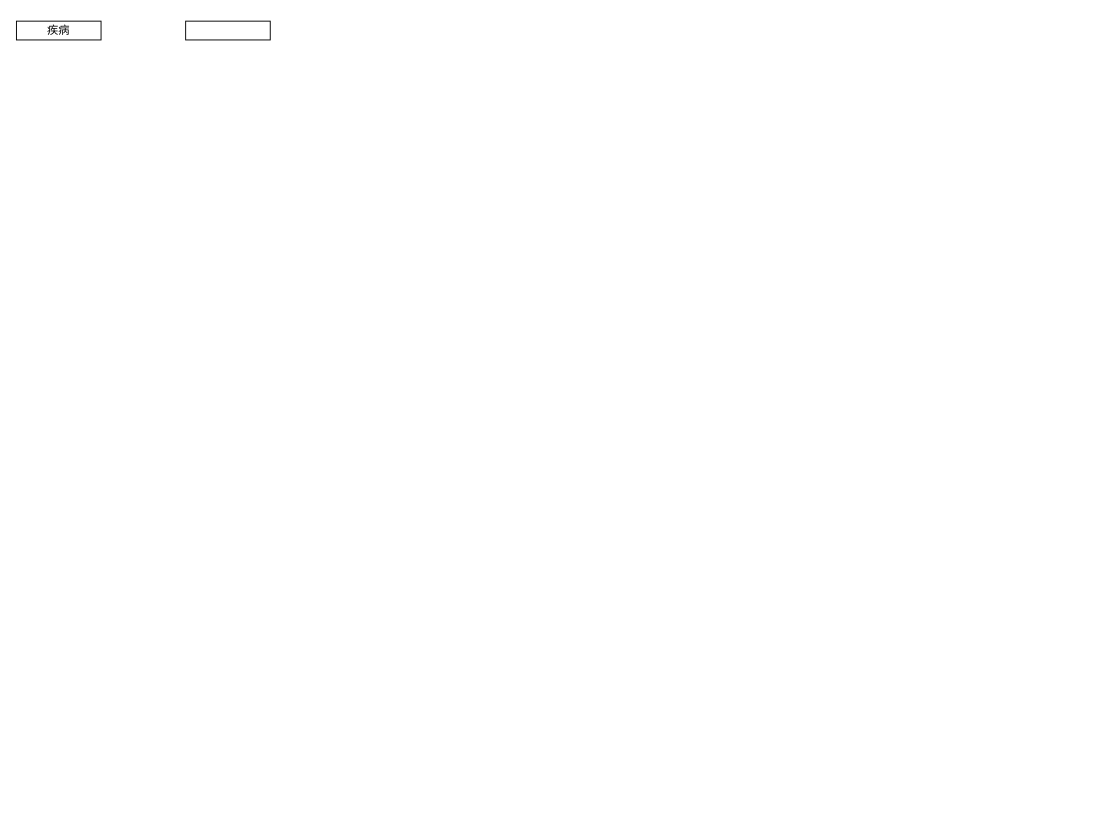
This is Untitled Diagram.drawio from krjx0821/GRE-wordlist, a draw.io file, before an edit. Source tidied: cells renumbered, new cells numbered last; positions are measured from the earlier drawing's top-left corner, leaving out a move shared by most shapes. Both pictures are drawn from the tidied source at 94%, with x=0, y=0 at pixel (16, 21).
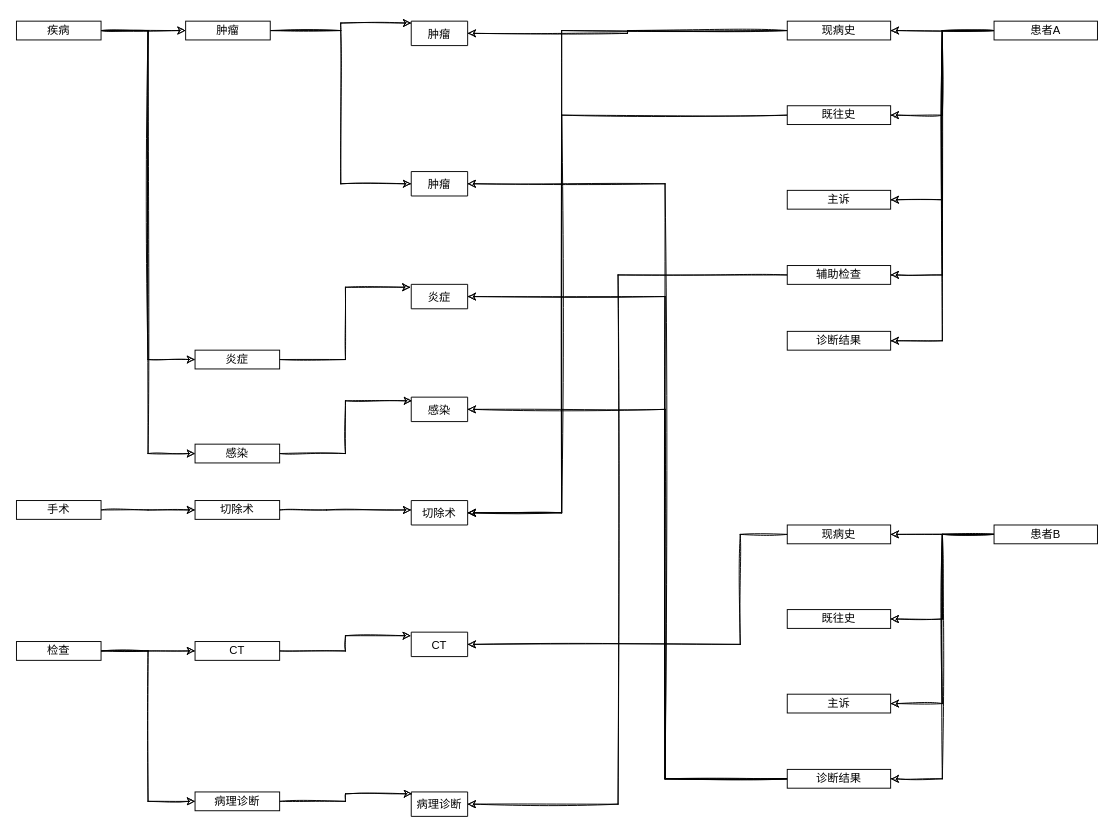
After the change.

The change refers to these unchanged cells:
```xml
<mxCell id="2" value="疾病" style="rounded=0;whiteSpace=wrap;html=1;" parent="1" vertex="1">
  <mxGeometry width="90" height="20" as="geometry" />
</mxCell>
```

Diff of the diagram source:
```diff
@@
+    <mxCell id="4" style="edgeStyle=orthogonalEdgeStyle;rounded=0;sketch=1;jettySize=auto;html=1;" parent="1" edge="1" source="2" target="9">
+      <mxGeometry relative="1" as="geometry" />
+    </mxCell>
+    <mxCell id="5" style="edgeStyle=orthogonalEdgeStyle;rounded=0;sketch=1;jettySize=auto;html=1;entryX=0;entryY=0.5;entryDx=0;entryDy=0;" parent="1" edge="1" source="2" target="13">
+      <mxGeometry relative="1" as="geometry" />
+    </mxCell>
+    <mxCell id="6" style="edgeStyle=orthogonalEdgeStyle;rounded=0;sketch=1;jettySize=auto;html=1;entryX=0;entryY=0.5;entryDx=0;entryDy=0;" parent="1" edge="1" source="2" target="16">
+      <mxGeometry relative="1" as="geometry" />
+    </mxCell>
@@
-    <mxCell id="3" style="rounded=0;whiteSpace=wrap;html=1;" parent="1" vertex="1">
-      <mxGeometry x="180" width="90" height="20" as="geometry" />
-    </mxCell>
+    <mxCell id="7" style="edgeStyle=orthogonalEdgeStyle;rounded=0;sketch=1;jettySize=auto;html=1;entryX=0;entryY=0.5;entryDx=0;entryDy=0;" parent="1" edge="1" source="9" target="11">
+      <mxGeometry relative="1" as="geometry" />
+    </mxCell>
+    <mxCell id="8" style="edgeStyle=orthogonalEdgeStyle;rounded=0;sketch=1;jettySize=auto;html=1;entryX=0;entryY=0.077;entryDx=0;entryDy=0;entryPerimeter=0;" parent="1" edge="1" source="9" target="10">
+      <mxGeometry relative="1" as="geometry" />
+    </mxCell>
+    <mxCell id="9" value="肿瘤" style="rounded=0;whiteSpace=wrap;html=1;" parent="1" vertex="1">
+      <mxGeometry x="180" width="90" height="20" as="geometry" />
+    </mxCell>
+    <mxCell id="10" value="肿瘤" style="swimlane;fontStyle=0;horizontal=1;startSize=26;" parent="1" vertex="1" collapsed="1">
+      <mxGeometry x="420" width="60" height="26" as="geometry" />
+    </mxCell>
+    <mxCell id="11" value="肿瘤" style="swimlane;fontStyle=0;horizontal=1;startSize=26;" parent="1" vertex="1" collapsed="1">
+      <mxGeometry x="420" y="160" width="60" height="26" as="geometry" />
+    </mxCell>
+    <mxCell id="12" style="edgeStyle=orthogonalEdgeStyle;rounded=0;sketch=1;jettySize=auto;html=1;entryX=-0.014;entryY=0.12;entryDx=0;entryDy=0;entryPerimeter=0;" parent="1" edge="1" source="13" target="14">
+      <mxGeometry relative="1" as="geometry" />
+    </mxCell>
+    <mxCell id="13" value="炎症" style="rounded=0;whiteSpace=wrap;html=1;" parent="1" vertex="1">
+      <mxGeometry x="190" y="350" width="90" height="20" as="geometry" />
+    </mxCell>
+    <mxCell id="14" value="炎症" style="swimlane;fontStyle=0;horizontal=1;startSize=26;" parent="1" vertex="1" collapsed="1">
+      <mxGeometry x="420" y="280" width="60" height="26" as="geometry" />
+    </mxCell>
+    <mxCell id="15" style="edgeStyle=orthogonalEdgeStyle;rounded=0;sketch=1;jettySize=auto;html=1;entryX=0.014;entryY=0.15;entryDx=0;entryDy=0;entryPerimeter=0;" parent="1" edge="1" source="16" target="17">
+      <mxGeometry relative="1" as="geometry" />
+    </mxCell>
+    <mxCell id="16" value="感染" style="rounded=0;whiteSpace=wrap;html=1;" parent="1" vertex="1">
+      <mxGeometry x="190" y="450" width="90" height="20" as="geometry" />
+    </mxCell>
+    <mxCell id="17" value="感染" style="swimlane;fontStyle=0;horizontal=1;startSize=26;" parent="1" vertex="1" collapsed="1">
+      <mxGeometry x="420" y="400" width="60" height="26" as="geometry" />
+    </mxCell>
+    <mxCell id="18" style="edgeStyle=orthogonalEdgeStyle;rounded=0;sketch=1;jettySize=auto;html=1;" parent="1" edge="1" source="19">
+      <mxGeometry relative="1" as="geometry">
+        <mxPoint x="190" y="520" as="targetPoint" />
+      </mxGeometry>
+    </mxCell>
+    <mxCell id="19" value="手术" style="rounded=0;whiteSpace=wrap;html=1;" parent="1" vertex="1">
+      <mxGeometry y="510" width="90" height="20" as="geometry" />
+    </mxCell>
+    <mxCell id="20" style="edgeStyle=orthogonalEdgeStyle;rounded=0;sketch=1;jettySize=auto;html=1;" parent="1" edge="1" source="21">
+      <mxGeometry relative="1" as="geometry">
+        <mxPoint x="420" y="520" as="targetPoint" />
+        <Array as="points">
+          <mxPoint x="330" y="520" />
+          <mxPoint x="330" y="520" />
+        </Array>
+      </mxGeometry>
+    </mxCell>
+    <mxCell id="21" value="切除术" style="rounded=0;whiteSpace=wrap;html=1;" parent="1" vertex="1">
+      <mxGeometry x="190" y="510" width="90" height="20" as="geometry" />
+    </mxCell>
+    <mxCell id="22" value="切除术" style="swimlane;fontStyle=0;horizontal=1;startSize=26;" parent="1" vertex="1" collapsed="1">
+      <mxGeometry x="420" y="510" width="60" height="26" as="geometry" />
+    </mxCell>
+    <mxCell id="23" style="edgeStyle=orthogonalEdgeStyle;rounded=0;sketch=1;jettySize=auto;html=1;" parent="1" edge="1" source="25">
+      <mxGeometry relative="1" as="geometry">
+        <mxPoint x="190" y="670" as="targetPoint" />
+      </mxGeometry>
+    </mxCell>
+    <mxCell id="24" style="edgeStyle=orthogonalEdgeStyle;rounded=0;sketch=1;jettySize=auto;html=1;entryX=0;entryY=0.5;entryDx=0;entryDy=0;" parent="1" edge="1" source="25" target="31">
+      <mxGeometry relative="1" as="geometry" />
+    </mxCell>
+    <mxCell id="25" value="检查" style="rounded=0;whiteSpace=wrap;html=1;" parent="1" vertex="1">
+      <mxGeometry y="660" width="90" height="20" as="geometry" />
+    </mxCell>
+    <mxCell id="26" style="edgeStyle=orthogonalEdgeStyle;rounded=0;sketch=1;jettySize=auto;html=1;entryX=-0.007;entryY=0.146;entryDx=0;entryDy=0;entryPerimeter=0;" parent="1" edge="1" source="27" target="28">
+      <mxGeometry relative="1" as="geometry" />
+    </mxCell>
+    <mxCell id="27" value="CT" style="rounded=0;whiteSpace=wrap;html=1;" parent="1" vertex="1">
+      <mxGeometry x="190" y="660" width="90" height="20" as="geometry" />
+    </mxCell>
+    <mxCell id="28" value="CT" style="swimlane;fontStyle=0;horizontal=1;startSize=26;" parent="1" vertex="1" collapsed="1">
+      <mxGeometry x="420" y="650" width="60" height="26" as="geometry" />
+    </mxCell>
+    <mxCell id="29" value="病理诊断" style="swimlane;fontStyle=0;horizontal=1;startSize=26;" parent="1" vertex="1" collapsed="1">
+      <mxGeometry x="420" y="820" width="60" height="26" as="geometry" />
+    </mxCell>
+    <mxCell id="30" style="edgeStyle=orthogonalEdgeStyle;rounded=0;sketch=1;jettySize=auto;html=1;entryX=0.014;entryY=0.077;entryDx=0;entryDy=0;entryPerimeter=0;" parent="1" edge="1" source="31" target="29">
+      <mxGeometry relative="1" as="geometry" />
+    </mxCell>
+    <mxCell id="31" value="病理诊断" style="rounded=0;whiteSpace=wrap;html=1;" parent="1" vertex="1">
+      <mxGeometry x="190" y="820" width="90" height="20" as="geometry" />
+    </mxCell>
+    <mxCell id="32" style="edgeStyle=orthogonalEdgeStyle;rounded=0;sketch=1;jettySize=auto;html=1;entryX=1;entryY=0.5;entryDx=0;entryDy=0;" parent="1" edge="1" source="37" target="40">
+      <mxGeometry relative="1" as="geometry" />
+    </mxCell>
+    <mxCell id="33" style="edgeStyle=orthogonalEdgeStyle;rounded=0;sketch=1;jettySize=auto;html=1;entryX=1;entryY=0.5;entryDx=0;entryDy=0;" parent="1" edge="1" source="37" target="42">
+      <mxGeometry relative="1" as="geometry" />
+    </mxCell>
+    <mxCell id="34" style="edgeStyle=orthogonalEdgeStyle;rounded=0;sketch=1;jettySize=auto;html=1;entryX=1;entryY=0.5;entryDx=0;entryDy=0;" parent="1" edge="1" source="37" target="43">
+      <mxGeometry relative="1" as="geometry" />
+    </mxCell>
+    <mxCell id="35" style="edgeStyle=orthogonalEdgeStyle;rounded=0;sketch=1;jettySize=auto;html=1;entryX=1;entryY=0.5;entryDx=0;entryDy=0;" parent="1" edge="1" source="37" target="45">
+      <mxGeometry relative="1" as="geometry" />
+    </mxCell>
+    <mxCell id="36" style="edgeStyle=orthogonalEdgeStyle;rounded=0;sketch=1;jettySize=auto;html=1;entryX=1;entryY=0.5;entryDx=0;entryDy=0;" parent="1" edge="1" source="37" target="59">
+      <mxGeometry relative="1" as="geometry" />
+    </mxCell>
+    <mxCell id="37" value="患者A" style="rounded=0;whiteSpace=wrap;html=1;" parent="1" vertex="1">
+      <mxGeometry x="1040" width="110" height="20" as="geometry" />
+    </mxCell>
+    <mxCell id="38" style="edgeStyle=orthogonalEdgeStyle;rounded=0;sketch=1;jettySize=auto;html=1;entryX=1;entryY=0.5;entryDx=0;entryDy=0;" parent="1" edge="1" source="40" target="10">
+      <mxGeometry relative="1" as="geometry" />
+    </mxCell>
+    <mxCell id="39" style="edgeStyle=orthogonalEdgeStyle;rounded=0;sketch=1;jettySize=auto;html=1;entryX=1;entryY=0.5;entryDx=0;entryDy=0;" parent="1" edge="1" source="40" target="22">
+      <mxGeometry relative="1" as="geometry">
+        <Array as="points">
+          <mxPoint x="580" y="10" />
+          <mxPoint x="580" y="523" />
+        </Array>
+      </mxGeometry>
+    </mxCell>
+    <mxCell id="40" value="现病史" style="rounded=0;whiteSpace=wrap;html=1;" parent="1" vertex="1">
+      <mxGeometry x="820" width="110" height="20" as="geometry" />
+    </mxCell>
+    <mxCell id="41" style="edgeStyle=orthogonalEdgeStyle;rounded=0;sketch=1;jettySize=auto;html=1;entryX=1;entryY=0.5;entryDx=0;entryDy=0;" parent="1" edge="1" source="42" target="22">
+      <mxGeometry relative="1" as="geometry">
+        <Array as="points">
+          <mxPoint x="580" y="100" />
+          <mxPoint x="580" y="523" />
+        </Array>
+      </mxGeometry>
+    </mxCell>
+    <mxCell id="42" value="既往史" style="rounded=0;whiteSpace=wrap;html=1;" parent="1" vertex="1">
+      <mxGeometry x="820" y="90" width="110" height="20" as="geometry" />
+    </mxCell>
+    <mxCell id="43" value="主诉" style="rounded=0;whiteSpace=wrap;html=1;" parent="1" vertex="1">
+      <mxGeometry x="820" y="180" width="110" height="20" as="geometry" />
+    </mxCell>
+    <mxCell id="44" style="edgeStyle=orthogonalEdgeStyle;rounded=0;sketch=1;jettySize=auto;html=1;entryX=1;entryY=0.5;entryDx=0;entryDy=0;" parent="1" edge="1" source="45" target="29">
+      <mxGeometry relative="1" as="geometry">
+        <Array as="points">
+          <mxPoint x="640" y="270" />
+          <mxPoint x="640" y="833" />
+        </Array>
+      </mxGeometry>
+    </mxCell>
+    <mxCell id="45" value="辅助检查" style="rounded=0;whiteSpace=wrap;html=1;" parent="1" vertex="1">
+      <mxGeometry x="820" y="260" width="110" height="20" as="geometry" />
+    </mxCell>
+    <mxCell id="46" style="edgeStyle=orthogonalEdgeStyle;rounded=0;sketch=1;jettySize=auto;html=1;entryX=1;entryY=0.5;entryDx=0;entryDy=0;" parent="1" edge="1" source="50" target="52">
+      <mxGeometry relative="1" as="geometry" />
+    </mxCell>
+    <mxCell id="47" style="edgeStyle=orthogonalEdgeStyle;rounded=0;sketch=1;jettySize=auto;html=1;entryX=1;entryY=0.5;entryDx=0;entryDy=0;" parent="1" edge="1" source="50" target="53">
+      <mxGeometry relative="1" as="geometry" />
+    </mxCell>
+    <mxCell id="48" style="edgeStyle=orthogonalEdgeStyle;rounded=0;sketch=1;jettySize=auto;html=1;entryX=1;entryY=0.5;entryDx=0;entryDy=0;" parent="1" edge="1" source="50" target="54">
+      <mxGeometry relative="1" as="geometry" />
+    </mxCell>
+    <mxCell id="49" style="edgeStyle=orthogonalEdgeStyle;rounded=0;sketch=1;jettySize=auto;html=1;entryX=1;entryY=0.5;entryDx=0;entryDy=0;" parent="1" edge="1" source="50" target="58">
+      <mxGeometry relative="1" as="geometry" />
+    </mxCell>
+    <mxCell id="50" value="患者B" style="rounded=0;whiteSpace=wrap;html=1;" parent="1" vertex="1">
+      <mxGeometry x="1040" y="536" width="110" height="20" as="geometry" />
+    </mxCell>
+    <mxCell id="51" style="edgeStyle=orthogonalEdgeStyle;rounded=0;sketch=1;jettySize=auto;html=1;entryX=1;entryY=0.5;entryDx=0;entryDy=0;" parent="1" edge="1" source="52" target="28">
+      <mxGeometry relative="1" as="geometry">
+        <Array as="points">
+          <mxPoint x="770" y="546" />
+          <mxPoint x="770" y="663" />
+        </Array>
+      </mxGeometry>
+    </mxCell>
+    <mxCell id="52" value="现病史" style="rounded=0;whiteSpace=wrap;html=1;" parent="1" vertex="1">
+      <mxGeometry x="820" y="536" width="110" height="20" as="geometry" />
+    </mxCell>
+    <mxCell id="53" value="既往史" style="rounded=0;whiteSpace=wrap;html=1;" parent="1" vertex="1">
+      <mxGeometry x="820" y="626" width="110" height="20" as="geometry" />
+    </mxCell>
+    <mxCell id="54" value="主诉" style="rounded=0;whiteSpace=wrap;html=1;" parent="1" vertex="1">
+      <mxGeometry x="820" y="716" width="110" height="20" as="geometry" />
+    </mxCell>
+    <mxCell id="55" style="edgeStyle=orthogonalEdgeStyle;rounded=0;sketch=1;jettySize=auto;html=1;entryX=1;entryY=0.5;entryDx=0;entryDy=0;" parent="1" edge="1" source="58" target="11">
+      <mxGeometry relative="1" as="geometry">
+        <Array as="points">
+          <mxPoint x="690" y="806" />
+          <mxPoint x="690" y="173" />
+        </Array>
+      </mxGeometry>
+    </mxCell>
+    <mxCell id="56" style="edgeStyle=orthogonalEdgeStyle;rounded=0;sketch=1;jettySize=auto;html=1;entryX=1;entryY=0.5;entryDx=0;entryDy=0;" parent="1" edge="1" source="58" target="14">
+      <mxGeometry relative="1" as="geometry">
+        <Array as="points">
+          <mxPoint x="690" y="806" />
+          <mxPoint x="690" y="293" />
+        </Array>
+      </mxGeometry>
+    </mxCell>
+    <mxCell id="57" style="edgeStyle=orthogonalEdgeStyle;rounded=0;sketch=1;jettySize=auto;html=1;entryX=1;entryY=0.5;entryDx=0;entryDy=0;" parent="1" edge="1" source="58" target="17">
+      <mxGeometry relative="1" as="geometry">
+        <Array as="points">
+          <mxPoint x="690" y="806" />
+          <mxPoint x="690" y="413" />
+        </Array>
+      </mxGeometry>
+    </mxCell>
+    <mxCell id="58" value="诊断结果" style="rounded=0;whiteSpace=wrap;html=1;" parent="1" vertex="1">
+      <mxGeometry x="820" y="796" width="110" height="20" as="geometry" />
+    </mxCell>
+    <mxCell id="59" value="诊断结果" style="rounded=0;whiteSpace=wrap;html=1;" parent="1" vertex="1">
+      <mxGeometry x="820" y="330" width="110" height="20" as="geometry" />
+    </mxCell>
```
